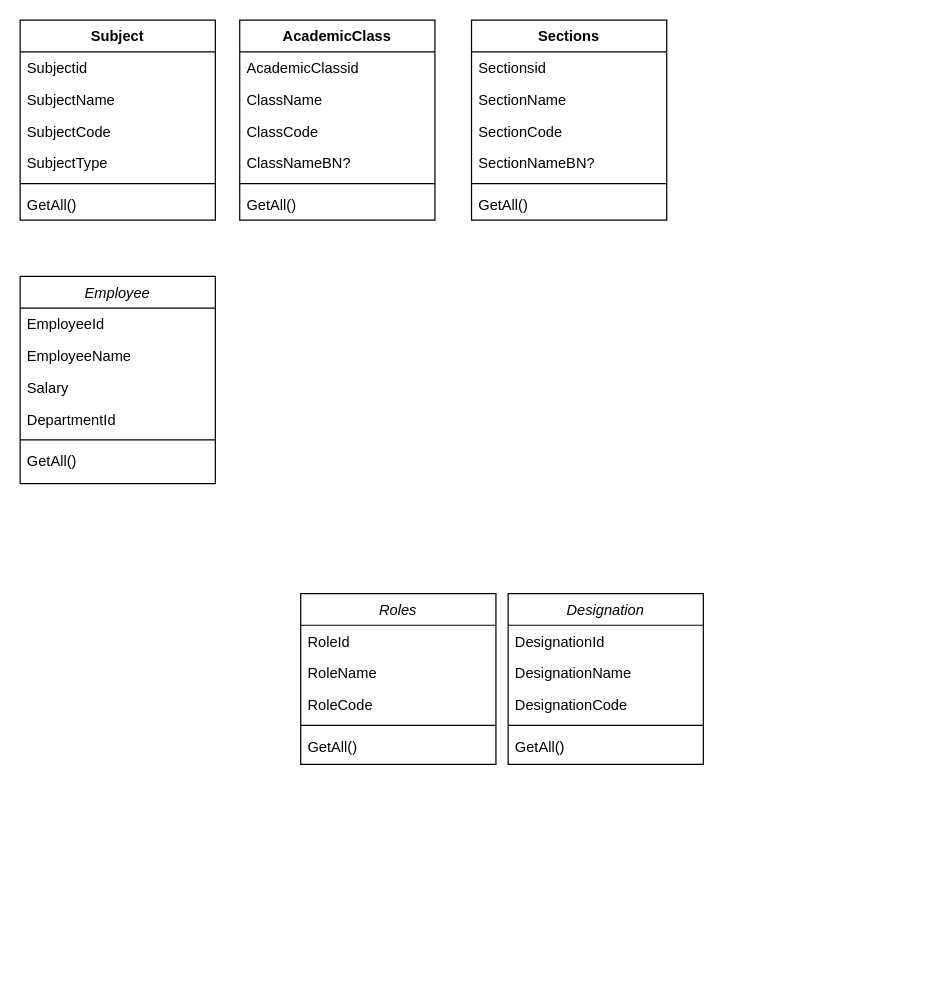
This is page "Page-3" (3 of 3) of Untitled Diagram.drawio from walidulhasan/UML, a draw.io file, before an edit. Source tidied: cells renumbered, new cells numbered last; positions are measured from the earlier drawing's top-left corner, leaving out a move shared by most shapes. Both pictures are drawn from the tidied source at 122%, with x=0, y=0 at pixel (20, 20).
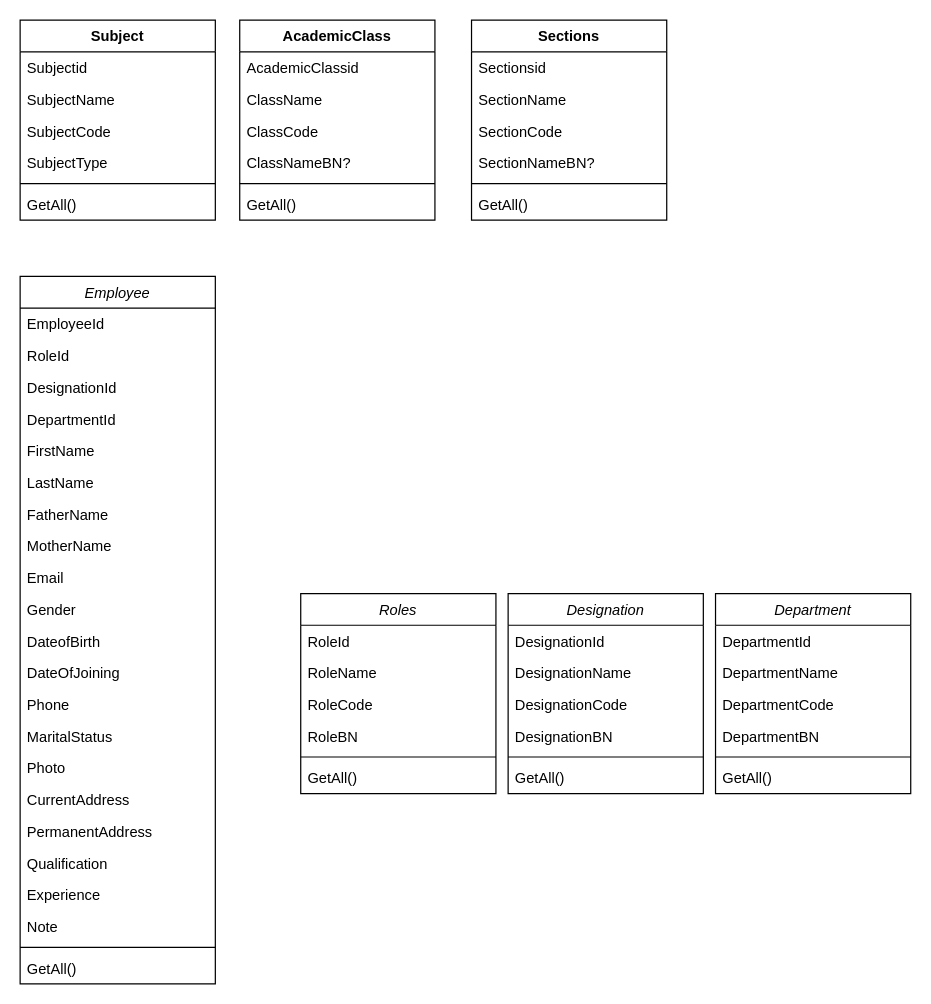
Above is the later version.

Change to the diagram source:
```diff
@@
     <mxCell id="23" value="Employee" style="swimlane;fontStyle=2;align=center;verticalAlign=top;horizontal=1;startSize=26;rounded=0;shadow=0;strokeWidth=1;" parent="1" vertex="1">
-      <mxGeometry y="210" width="160" height="170" as="geometry" />
+      <mxGeometry y="210" width="160" height="580" as="geometry" />
     </mxCell>
@@
+    <mxCell id="42" value="RoleId" style="text;align=left;verticalAlign=top;spacingLeft=4;spacingRight=4;overflow=hidden;rounded=0;shadow=0;html=0;" parent="23" vertex="1">
+      <mxGeometry y="52" width="160" height="26" as="geometry" />
+    </mxCell>
+    <mxCell id="43" value="DesignationId" style="text;align=left;verticalAlign=top;spacingLeft=4;spacingRight=4;overflow=hidden;rounded=0;shadow=0;html=0;" parent="23" vertex="1">
+      <mxGeometry y="78" width="160" height="26" as="geometry" />
+    </mxCell>
+    <mxCell id="44" value="DepartmentId" style="text;align=left;verticalAlign=top;spacingLeft=4;spacingRight=4;overflow=hidden;rounded=0;shadow=0;html=0;" parent="23" vertex="1">
+      <mxGeometry y="104" width="160" height="26" as="geometry" />
+    </mxCell>
-    <mxCell id="25" value="EmployeeName" style="text;align=left;verticalAlign=top;spacingLeft=4;spacingRight=4;overflow=hidden;rounded=0;shadow=0;html=0;" parent="23" vertex="1">
-      <mxGeometry y="52" width="160" height="26" as="geometry" />
+    <mxCell id="25" value="FirstName" style="text;align=left;verticalAlign=top;spacingLeft=4;spacingRight=4;overflow=hidden;rounded=0;shadow=0;html=0;" parent="23" vertex="1">
+      <mxGeometry y="130" width="160" height="26" as="geometry" />
     </mxCell>
-    <mxCell id="26" value="Salary" style="text;align=left;verticalAlign=top;spacingLeft=4;spacingRight=4;overflow=hidden;rounded=0;shadow=0;html=0;" parent="23" vertex="1">
-      <mxGeometry y="78" width="160" height="26" as="geometry" />
+    <mxCell id="26" value="LastName" style="text;align=left;verticalAlign=top;spacingLeft=4;spacingRight=4;overflow=hidden;rounded=0;shadow=0;html=0;" parent="23" vertex="1">
+      <mxGeometry y="156" width="160" height="26" as="geometry" />
     </mxCell>
-    <mxCell id="27" value="DepartmentId" style="text;align=left;verticalAlign=top;spacingLeft=4;spacingRight=4;overflow=hidden;rounded=0;shadow=0;html=0;" parent="23" vertex="1">
-      <mxGeometry y="104" width="160" height="26" as="geometry" />
+    <mxCell id="27" value="FatherName" style="text;align=left;verticalAlign=top;spacingLeft=4;spacingRight=4;overflow=hidden;rounded=0;shadow=0;html=0;" parent="23" vertex="1">
+      <mxGeometry y="182" width="160" height="26" as="geometry" />
     </mxCell>
+    <mxCell id="45" value="MotherName" style="text;align=left;verticalAlign=top;spacingLeft=4;spacingRight=4;overflow=hidden;rounded=0;shadow=0;html=0;" parent="23" vertex="1">
+      <mxGeometry y="208" width="160" height="26" as="geometry" />
+    </mxCell>
+    <mxCell id="46" value="Email " style="text;align=left;verticalAlign=top;spacingLeft=4;spacingRight=4;overflow=hidden;rounded=0;shadow=0;html=0;" parent="23" vertex="1">
+      <mxGeometry y="234" width="160" height="26" as="geometry" />
+    </mxCell>
+    <mxCell id="47" value="Gender" style="text;align=left;verticalAlign=top;spacingLeft=4;spacingRight=4;overflow=hidden;rounded=0;shadow=0;html=0;" parent="23" vertex="1">
+      <mxGeometry y="260" width="160" height="26" as="geometry" />
+    </mxCell>
+    <mxCell id="48" value="DateofBirth" style="text;align=left;verticalAlign=top;spacingLeft=4;spacingRight=4;overflow=hidden;rounded=0;shadow=0;html=0;" parent="23" vertex="1">
+      <mxGeometry y="286" width="160" height="26" as="geometry" />
+    </mxCell>
+    <mxCell id="49" value="DateOfJoining" style="text;align=left;verticalAlign=top;spacingLeft=4;spacingRight=4;overflow=hidden;rounded=0;shadow=0;html=0;" parent="23" vertex="1">
+      <mxGeometry y="312" width="160" height="26" as="geometry" />
+    </mxCell>
+    <mxCell id="50" value="Phone" style="text;align=left;verticalAlign=top;spacingLeft=4;spacingRight=4;overflow=hidden;rounded=0;shadow=0;html=0;" parent="23" vertex="1">
+      <mxGeometry y="338" width="160" height="26" as="geometry" />
+    </mxCell>
+    <mxCell id="51" value="MaritalStatus" style="text;align=left;verticalAlign=top;spacingLeft=4;spacingRight=4;overflow=hidden;rounded=0;shadow=0;html=0;" parent="23" vertex="1">
+      <mxGeometry y="364" width="160" height="26" as="geometry" />
+    </mxCell>
+    <mxCell id="52" value="Photo" style="text;align=left;verticalAlign=top;spacingLeft=4;spacingRight=4;overflow=hidden;rounded=0;shadow=0;html=0;" parent="23" vertex="1">
+      <mxGeometry y="390" width="160" height="26" as="geometry" />
+    </mxCell>
+    <mxCell id="53" value="CurrentAddress" style="text;align=left;verticalAlign=top;spacingLeft=4;spacingRight=4;overflow=hidden;rounded=0;shadow=0;html=0;" parent="23" vertex="1">
+      <mxGeometry y="416" width="160" height="26" as="geometry" />
+    </mxCell>
+    <mxCell id="54" value="PermanentAddress" style="text;align=left;verticalAlign=top;spacingLeft=4;spacingRight=4;overflow=hidden;rounded=0;shadow=0;html=0;" parent="23" vertex="1">
+      <mxGeometry y="442" width="160" height="26" as="geometry" />
+    </mxCell>
+    <mxCell id="55" value="Qualification" style="text;align=left;verticalAlign=top;spacingLeft=4;spacingRight=4;overflow=hidden;rounded=0;shadow=0;html=0;" parent="23" vertex="1">
+      <mxGeometry y="468" width="160" height="26" as="geometry" />
+    </mxCell>
+    <mxCell id="56" value="Experience" style="text;align=left;verticalAlign=top;spacingLeft=4;spacingRight=4;overflow=hidden;rounded=0;shadow=0;html=0;" parent="23" vertex="1">
+      <mxGeometry y="494" width="160" height="26" as="geometry" />
+    </mxCell>
+    <mxCell id="57" value="Note" style="text;align=left;verticalAlign=top;spacingLeft=4;spacingRight=4;overflow=hidden;rounded=0;shadow=0;html=0;" parent="23" vertex="1">
+      <mxGeometry y="520" width="160" height="26" as="geometry" />
+    </mxCell>
     <mxCell id="28" style="line;html=1;strokeWidth=1;align=left;verticalAlign=middle;spacingTop=-1;spacingLeft=3;spacingRight=3;labelPosition=right;" parent="23" vertex="1">
-      <mxGeometry y="130" width="160" height="8" as="geometry" />
+      <mxGeometry y="546" width="160" height="8" as="geometry" />
     </mxCell>
     <mxCell id="29" value="GetAll()" style="text;align=left;verticalAlign=top;spacingLeft=4;spacingRight=4;overflow=hidden;rounded=0;shadow=0;html=0;" parent="23" vertex="1">
-      <mxGeometry y="138" width="160" height="26" as="geometry" />
+      <mxGeometry y="554" width="160" height="26" as="geometry" />
     </mxCell>
     <mxCell id="30" value="Roles" style="swimlane;fontStyle=2;align=center;verticalAlign=top;horizontal=1;startSize=26;rounded=0;shadow=0;strokeWidth=1;" parent="1" vertex="1">
-      <mxGeometry x="230" y="470" width="160" height="140" as="geometry" />
+      <mxGeometry x="230" y="470" width="160" height="164" as="geometry" />
     </mxCell>
@@
+    <mxCell id="58" value="RoleBN" style="text;align=left;verticalAlign=top;spacingLeft=4;spacingRight=4;overflow=hidden;rounded=0;shadow=0;html=0;" parent="30" vertex="1">
+      <mxGeometry y="104" width="160" height="26" as="geometry" />
+    </mxCell>
     <mxCell id="34" style="line;html=1;strokeWidth=1;align=left;verticalAlign=middle;spacingTop=-1;spacingLeft=3;spacingRight=3;labelPosition=right;" parent="30" vertex="1">
-      <mxGeometry y="104" width="160" height="8" as="geometry" />
+      <mxGeometry y="130" width="160" height="8" as="geometry" />
     </mxCell>
     <mxCell id="35" value="GetAll()" style="text;align=left;verticalAlign=top;spacingLeft=4;spacingRight=4;overflow=hidden;rounded=0;shadow=0;html=0;" parent="30" vertex="1">
-      <mxGeometry y="112" width="160" height="26" as="geometry" />
+      <mxGeometry y="138" width="160" height="26" as="geometry" />
     </mxCell>
     <mxCell id="36" value="Designation" style="swimlane;fontStyle=2;align=center;verticalAlign=top;horizontal=1;startSize=26;rounded=0;shadow=0;strokeWidth=1;" parent="1" vertex="1">
-      <mxGeometry x="400" y="470" width="160" height="140" as="geometry" />
+      <mxGeometry x="400" y="470" width="160" height="164" as="geometry" />
     </mxCell>
@@
+    <mxCell id="59" value="DesignationBN" style="text;align=left;verticalAlign=top;spacingLeft=4;spacingRight=4;overflow=hidden;rounded=0;shadow=0;html=0;" parent="36" vertex="1">
+      <mxGeometry y="104" width="160" height="26" as="geometry" />
+    </mxCell>
     <mxCell id="40" style="line;html=1;strokeWidth=1;align=left;verticalAlign=middle;spacingTop=-1;spacingLeft=3;spacingRight=3;labelPosition=right;" parent="36" vertex="1">
-      <mxGeometry y="104" width="160" height="8" as="geometry" />
+      <mxGeometry y="130" width="160" height="8" as="geometry" />
     </mxCell>
     <mxCell id="41" value="GetAll()" style="text;align=left;verticalAlign=top;spacingLeft=4;spacingRight=4;overflow=hidden;rounded=0;shadow=0;html=0;" parent="36" vertex="1">
-      <mxGeometry y="112" width="160" height="26" as="geometry" />
+      <mxGeometry y="138" width="160" height="26" as="geometry" />
     </mxCell>
+    <mxCell id="60" value="Department" style="swimlane;fontStyle=2;align=center;verticalAlign=top;horizontal=1;startSize=26;rounded=0;shadow=0;strokeWidth=1;" parent="1" vertex="1">
+      <mxGeometry x="570" y="470" width="160" height="164" as="geometry" />
+    </mxCell>
+    <mxCell id="61" value="DepartmentId" style="text;align=left;verticalAlign=top;spacingLeft=4;spacingRight=4;overflow=hidden;rounded=0;shadow=0;html=0;" parent="60" vertex="1">
+      <mxGeometry y="26" width="160" height="26" as="geometry" />
+    </mxCell>
+    <mxCell id="62" value="DepartmentName" style="text;align=left;verticalAlign=top;spacingLeft=4;spacingRight=4;overflow=hidden;rounded=0;shadow=0;html=0;" parent="60" vertex="1">
+      <mxGeometry y="52" width="160" height="26" as="geometry" />
+    </mxCell>
+    <mxCell id="63" value="DepartmentCode" style="text;align=left;verticalAlign=top;spacingLeft=4;spacingRight=4;overflow=hidden;rounded=0;shadow=0;html=0;" parent="60" vertex="1">
+      <mxGeometry y="78" width="160" height="26" as="geometry" />
+    </mxCell>
+    <mxCell id="64" value="DepartmentBN" style="text;align=left;verticalAlign=top;spacingLeft=4;spacingRight=4;overflow=hidden;rounded=0;shadow=0;html=0;" parent="60" vertex="1">
+      <mxGeometry y="104" width="160" height="26" as="geometry" />
+    </mxCell>
+    <mxCell id="65" style="line;html=1;strokeWidth=1;align=left;verticalAlign=middle;spacingTop=-1;spacingLeft=3;spacingRight=3;labelPosition=right;" parent="60" vertex="1">
+      <mxGeometry y="130" width="160" height="8" as="geometry" />
+    </mxCell>
+    <mxCell id="66" value="GetAll()" style="text;align=left;verticalAlign=top;spacingLeft=4;spacingRight=4;overflow=hidden;rounded=0;shadow=0;html=0;" parent="60" vertex="1">
+      <mxGeometry y="138" width="160" height="26" as="geometry" />
+    </mxCell>
```
